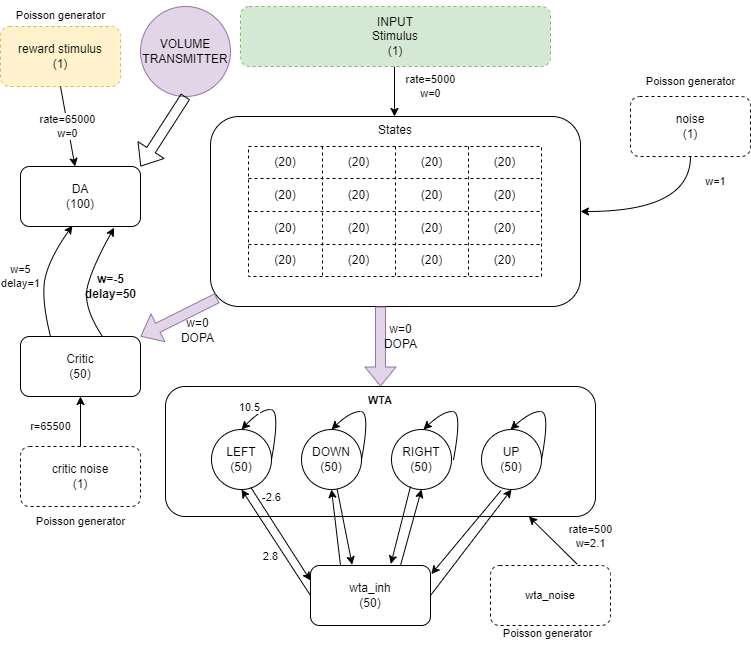
Earlier version of the draw.io export doc/snn_architecture.drawio.png (borkox/uni-sofia-pre-masters-project). Source tidied: cells renumbered, new cells last; positions are measured from the earlier drawing's top-left corner, leaving out a move shared by most shapes. The source it was exported from:
```xml
<mxGraphModel>
  <root>
    <mxCell id="0" />
    <mxCell id="1" parent="0" />
    <mxCell id="2" value="States&lt;br&gt;" style="rounded=1;whiteSpace=wrap;html=1;verticalAlign=top;" parent="1" vertex="1">
      <mxGeometry x="210" y="116" width="370" height="190" as="geometry" />
    </mxCell>
    <mxCell id="3" style="shape=table;html=1;whiteSpace=wrap;startSize=0;swimlaneLine=1;dashed=1;" parent="1" vertex="1">
      <mxGeometry x="248" y="146" width="293" height="130" as="geometry" />
    </mxCell>
    <mxCell id="4" style="shape=tableRow;horizontal=0;startSize=0;swimlaneHead=0;swimlaneBody=0;top=0;left=0;bottom=0;right=0;fillColor=none;" parent="3" vertex="1">
      <mxGeometry width="293" height="32" as="geometry" />
    </mxCell>
    <mxCell id="5" value="(20)" style="shape=partialRectangle;html=1;whiteSpace=wrap;fillColor=none;top=0;left=0;bottom=0;right=0;overflow=hidden;" parent="4" vertex="1">
      <mxGeometry width="74" height="32" as="geometry" />
    </mxCell>
    <mxCell id="6" value="(20)" style="shape=partialRectangle;html=1;whiteSpace=wrap;fillColor=none;top=0;left=0;bottom=0;right=0;overflow=hidden;" parent="4" vertex="1">
      <mxGeometry x="74" width="73" height="32" as="geometry" />
    </mxCell>
    <mxCell id="7" value="(20)" style="shape=partialRectangle;html=1;whiteSpace=wrap;fillColor=none;top=0;left=0;bottom=0;right=0;overflow=hidden;" parent="4" vertex="1">
      <mxGeometry x="147" width="73" height="32" as="geometry" />
    </mxCell>
    <mxCell id="8" value="(20)" style="shape=partialRectangle;html=1;whiteSpace=wrap;fillColor=none;top=0;left=0;bottom=0;right=0;overflow=hidden;" parent="4" vertex="1">
      <mxGeometry x="220" width="73" height="32" as="geometry" />
    </mxCell>
    <mxCell id="9" style="shape=tableRow;horizontal=0;startSize=0;swimlaneHead=0;swimlaneBody=0;top=0;left=0;bottom=0;right=0;fillColor=none;" parent="3" vertex="1">
      <mxGeometry y="32" width="293" height="33" as="geometry" />
    </mxCell>
    <mxCell id="10" value="(20)" style="shape=partialRectangle;html=1;whiteSpace=wrap;fillColor=none;top=0;left=0;bottom=0;right=0;overflow=hidden;" parent="9" vertex="1">
      <mxGeometry width="74" height="33" as="geometry" />
    </mxCell>
    <mxCell id="11" value="(20)" style="shape=partialRectangle;html=1;whiteSpace=wrap;fillColor=none;top=0;left=0;bottom=0;right=0;overflow=hidden;" parent="9" vertex="1">
      <mxGeometry x="74" width="73" height="33" as="geometry" />
    </mxCell>
    <mxCell id="12" value="(20)" style="shape=partialRectangle;html=1;whiteSpace=wrap;fillColor=none;top=0;left=0;bottom=0;right=0;overflow=hidden;" parent="9" vertex="1">
      <mxGeometry x="147" width="73" height="33" as="geometry" />
    </mxCell>
    <mxCell id="13" value="(20)" style="shape=partialRectangle;html=1;whiteSpace=wrap;fillColor=none;top=0;left=0;bottom=0;right=0;overflow=hidden;" parent="9" vertex="1">
      <mxGeometry x="220" width="73" height="33" as="geometry" />
    </mxCell>
    <mxCell id="14" style="shape=tableRow;horizontal=0;startSize=0;swimlaneHead=0;swimlaneBody=0;top=0;left=0;bottom=0;right=0;fillColor=none;" parent="3" vertex="1">
      <mxGeometry y="65" width="293" height="33" as="geometry" />
    </mxCell>
    <mxCell id="15" value="(20)" style="shape=partialRectangle;html=1;whiteSpace=wrap;fillColor=none;top=0;left=0;bottom=0;right=0;overflow=hidden;" parent="14" vertex="1">
      <mxGeometry width="74" height="33" as="geometry" />
    </mxCell>
    <mxCell id="16" value="(20)" style="shape=partialRectangle;html=1;whiteSpace=wrap;fillColor=none;top=0;left=0;bottom=0;right=0;overflow=hidden;" parent="14" vertex="1">
      <mxGeometry x="74" width="73" height="33" as="geometry" />
    </mxCell>
    <mxCell id="17" value="(20)" style="shape=partialRectangle;html=1;whiteSpace=wrap;fillColor=none;top=0;left=0;bottom=0;right=0;overflow=hidden;" parent="14" vertex="1">
      <mxGeometry x="147" width="73" height="33" as="geometry" />
    </mxCell>
    <mxCell id="18" value="(20)" style="shape=partialRectangle;html=1;whiteSpace=wrap;fillColor=none;top=0;left=0;bottom=0;right=0;overflow=hidden;" parent="14" vertex="1">
      <mxGeometry x="220" width="73" height="33" as="geometry" />
    </mxCell>
    <mxCell id="19" style="shape=tableRow;horizontal=0;startSize=0;swimlaneHead=0;swimlaneBody=0;top=0;left=0;bottom=0;right=0;fillColor=none;" parent="3" vertex="1">
      <mxGeometry y="98" width="293" height="32" as="geometry" />
    </mxCell>
    <mxCell id="20" value="(20)" style="shape=partialRectangle;html=1;whiteSpace=wrap;fillColor=none;top=0;left=0;bottom=0;right=0;overflow=hidden;" parent="19" vertex="1">
      <mxGeometry width="74" height="32" as="geometry" />
    </mxCell>
    <mxCell id="21" value="(20)" style="shape=partialRectangle;html=1;whiteSpace=wrap;fillColor=none;top=0;left=0;bottom=0;right=0;overflow=hidden;" parent="19" vertex="1">
      <mxGeometry x="74" width="73" height="32" as="geometry" />
    </mxCell>
    <mxCell id="22" value="(20)" style="shape=partialRectangle;html=1;whiteSpace=wrap;fillColor=none;top=0;left=0;bottom=0;right=0;overflow=hidden;" parent="19" vertex="1">
      <mxGeometry x="147" width="73" height="32" as="geometry" />
    </mxCell>
    <mxCell id="23" value="(20)" style="shape=partialRectangle;html=1;whiteSpace=wrap;fillColor=none;top=0;left=0;bottom=0;right=0;overflow=hidden;" parent="19" vertex="1">
      <mxGeometry x="220" width="73" height="32" as="geometry" />
    </mxCell>
    <mxCell id="24" value="noise&lt;br&gt;(1)" style="rounded=1;whiteSpace=wrap;html=1;dashed=1;" parent="1" vertex="1">
      <mxGeometry x="630" y="96" width="120" height="60" as="geometry" />
    </mxCell>
    <mxCell id="25" value="&lt;span style=&quot;color: rgb(0, 0, 0); font-family: Helvetica; font-size: 11px; font-style: normal; font-variant-ligatures: normal; font-variant-caps: normal; font-weight: 400; letter-spacing: normal; orphans: 2; text-align: center; text-indent: 0px; text-transform: none; widows: 2; word-spacing: 0px; -webkit-text-stroke-width: 0px; text-decoration-thickness: initial; text-decoration-style: initial; text-decoration-color: initial; float: none; display: inline !important;&quot;&gt;rate=5000&lt;/span&gt;&lt;br style=&quot;color: rgb(0, 0, 0); font-family: Helvetica; font-size: 11px; font-style: normal; font-variant-ligatures: normal; font-variant-caps: normal; font-weight: 400; letter-spacing: normal; orphans: 2; text-align: center; text-indent: 0px; text-transform: none; widows: 2; word-spacing: 0px; -webkit-text-stroke-width: 0px; text-decoration-thickness: initial; text-decoration-style: initial; text-decoration-color: initial;&quot;&gt;&lt;span style=&quot;color: rgb(0, 0, 0); font-family: Helvetica; font-size: 11px; font-style: normal; font-variant-ligatures: normal; font-variant-caps: normal; font-weight: 400; letter-spacing: normal; orphans: 2; text-align: center; text-indent: 0px; text-transform: none; widows: 2; word-spacing: 0px; -webkit-text-stroke-width: 0px; text-decoration-thickness: initial; text-decoration-style: initial; text-decoration-color: initial; float: none; display: inline !important;&quot;&gt;w=0&lt;/span&gt;" style="rounded=1;orthogonalLoop=1;jettySize=auto;html=1;entryX=0.5;entryY=0;entryDx=0;entryDy=0;labelBackgroundColor=none;" parent="1" edge="1">
      <mxGeometry x="-0.2" y="36" relative="1" as="geometry">
        <mxPoint x="394" y="66" as="sourcePoint" />
        <mxPoint x="394" y="116" as="targetPoint" />
      </mxGeometry>
    </mxCell>
    <mxCell id="26" value="INPUT&lt;br&gt;Stimulus&lt;br&gt;(1)" style="rounded=1;whiteSpace=wrap;html=1;dashed=1;fillColor=#d5e8d4;strokeColor=#82b366;" parent="1" vertex="1">
      <mxGeometry x="240" y="6" width="310" height="60" as="geometry" />
    </mxCell>
    <mxCell id="27" value="reward stimulus&lt;br&gt;(1)" style="rounded=1;whiteSpace=wrap;html=1;dashed=1;fillColor=#fff2cc;strokeColor=#d6b656;" parent="1" vertex="1">
      <mxGeometry y="26" width="120" height="60" as="geometry" />
    </mxCell>
    <mxCell id="28" value="DA&lt;br&gt;(100)" style="rounded=1;whiteSpace=wrap;html=1;" parent="1" vertex="1">
      <mxGeometry x="20" y="166" width="120" height="60" as="geometry" />
    </mxCell>
    <mxCell id="29" value="VOLUME&lt;br&gt;TRANSMITTER" style="ellipse;whiteSpace=wrap;html=1;fillColor=#e1d5e7;strokeColor=#9673a6;" parent="1" vertex="1">
      <mxGeometry x="140" y="6" width="90" height="90" as="geometry" />
    </mxCell>
    <mxCell id="30" value="Critic&lt;br&gt;(50)" style="rounded=1;whiteSpace=wrap;html=1;" parent="1" vertex="1">
      <mxGeometry x="20" y="336" width="120" height="60" as="geometry" />
    </mxCell>
    <mxCell id="31" value="critic noise&lt;br&gt;(1)" style="rounded=1;whiteSpace=wrap;html=1;dashed=1;" parent="1" vertex="1">
      <mxGeometry x="20" y="446" width="120" height="60" as="geometry" />
    </mxCell>
    <mxCell id="32" value="&lt;font size=&quot;1&quot; style=&quot;&quot;&gt;&lt;b style=&quot;font-size: 11px;&quot;&gt;WTA&lt;/b&gt;&lt;/font&gt;" style="rounded=1;whiteSpace=wrap;html=1;verticalAlign=top;" parent="1" vertex="1">
      <mxGeometry x="165" y="386" width="430" height="130" as="geometry" />
    </mxCell>
    <mxCell id="33" value="LEFT&lt;br&gt;(50)" style="ellipse;whiteSpace=wrap;html=1;verticalAlign=middle;" parent="1" vertex="1">
      <mxGeometry x="211" y="429" width="60" height="60" as="geometry" />
    </mxCell>
    <mxCell id="34" value="DOWN&lt;br&gt;(50)" style="ellipse;whiteSpace=wrap;html=1;verticalAlign=middle;" parent="1" vertex="1">
      <mxGeometry x="301" y="429" width="60" height="60" as="geometry" />
    </mxCell>
    <mxCell id="35" value="RIGHT&lt;br&gt;(50)" style="ellipse;whiteSpace=wrap;html=1;verticalAlign=middle;" parent="1" vertex="1">
      <mxGeometry x="391" y="429" width="60" height="60" as="geometry" />
    </mxCell>
    <mxCell id="36" value="UP&lt;br&gt;(50)" style="ellipse;whiteSpace=wrap;html=1;verticalAlign=middle;" parent="1" vertex="1">
      <mxGeometry x="481" y="429" width="60" height="60" as="geometry" />
    </mxCell>
    <mxCell id="37" style="curved=1;endArrow=classic;html=1;rounded=0;exitX=1;exitY=0.5;exitDx=0;exitDy=0;entryX=0.5;entryY=0;entryDx=0;entryDy=0;" parent="1" edge="1" source="33" target="33">
      <mxGeometry relative="1" as="geometry">
        <Array as="points">
          <mxPoint x="280" y="409" />
          <mxPoint x="260" y="409" />
        </Array>
      </mxGeometry>
    </mxCell>
    <mxCell id="38" value="10.5" style="edgeLabel;html=1;align=center;verticalAlign=middle;" parent="37" vertex="1">
      <mxGeometry x="-0.17" y="2" relative="1" as="geometry">
        <mxPoint x="-28" y="-12" as="offset" />
      </mxGeometry>
    </mxCell>
    <mxCell id="39" style="curved=1;endArrow=classic;html=1;rounded=0;entryX=0.5;entryY=0;entryDx=0;entryDy=0;exitX=1;exitY=0.5;exitDx=0;exitDy=0;" parent="1" edge="1" source="34" target="34">
      <mxGeometry relative="1" as="geometry">
        <Array as="points">
          <mxPoint x="370" y="411" />
          <mxPoint x="350" y="411" />
        </Array>
      </mxGeometry>
    </mxCell>
    <mxCell id="40" style="curved=1;endArrow=classic;html=1;rounded=0;" parent="1" edge="1">
      <mxGeometry relative="1" as="geometry">
        <mxPoint x="453" y="459" as="sourcePoint" />
        <mxPoint x="423" y="429" as="targetPoint" />
        <Array as="points">
          <mxPoint x="462" y="411" />
          <mxPoint x="442" y="411" />
        </Array>
      </mxGeometry>
    </mxCell>
    <mxCell id="41" style="curved=1;endArrow=classic;html=1;rounded=0;exitX=1;exitY=0.5;exitDx=0;exitDy=0;" parent="1" edge="1" source="36">
      <mxGeometry relative="1" as="geometry">
        <mxPoint x="510" y="429" as="targetPoint" />
        <Array as="points">
          <mxPoint x="550" y="411" />
          <mxPoint x="530" y="411" />
        </Array>
      </mxGeometry>
    </mxCell>
    <mxCell id="42" value="wta_inh&lt;br&gt;(50)" style="rounded=1;whiteSpace=wrap;html=1;" parent="1" vertex="1">
      <mxGeometry x="310" y="565" width="120" height="60" as="geometry" />
    </mxCell>
    <mxCell id="43" value="2.8" style="endArrow=classic;html=1;rounded=0;exitX=0;exitY=0.5;exitDx=0;exitDy=0;entryX=0.5;entryY=1;entryDx=0;entryDy=0;labelBackgroundColor=none;" parent="1" edge="1" source="42" target="33">
      <mxGeometry x="-0.14" y="12" relative="1" as="geometry">
        <mxPoint y="1" as="offset" />
      </mxGeometry>
    </mxCell>
    <mxCell id="44" style="endArrow=classic;html=1;rounded=0;exitX=0.25;exitY=0;exitDx=0;exitDy=0;entryX=0.5;entryY=1;entryDx=0;entryDy=0;" parent="1" edge="1" source="42" target="34">
      <mxGeometry relative="1" as="geometry" />
    </mxCell>
    <mxCell id="45" style="endArrow=classic;html=1;rounded=0;exitX=0.75;exitY=0;exitDx=0;exitDy=0;entryX=0.5;entryY=1;entryDx=0;entryDy=0;" parent="1" edge="1" source="42" target="35">
      <mxGeometry relative="1" as="geometry" />
    </mxCell>
    <mxCell id="46" style="endArrow=classic;html=1;rounded=0;exitX=1;exitY=0.5;exitDx=0;exitDy=0;entryX=0.5;entryY=1;entryDx=0;entryDy=0;" parent="1" edge="1" source="42" target="36">
      <mxGeometry relative="1" as="geometry" />
    </mxCell>
    <mxCell id="47" style="endArrow=classic;html=1;rounded=0;entryX=0;entryY=0.25;entryDx=0;entryDy=0;exitX=0.657;exitY=0.967;exitDx=0;exitDy=0;exitPerimeter=0;" parent="1" edge="1" source="33" target="42">
      <mxGeometry relative="1" as="geometry" />
    </mxCell>
    <mxCell id="48" value="-2.6" style="edgeLabel;html=1;align=center;verticalAlign=middle;fontSize=11;labelBackgroundColor=none;" parent="47" vertex="1">
      <mxGeometry x="-0.53" y="3" relative="1" as="geometry">
        <mxPoint x="4" y="-11" as="offset" />
      </mxGeometry>
    </mxCell>
    <mxCell id="49" style="endArrow=classic;html=1;rounded=0;entryX=0.347;entryY=-0.013;entryDx=0;entryDy=0;entryPerimeter=0;" parent="1" edge="1" source="34" target="42">
      <mxGeometry relative="1" as="geometry" />
    </mxCell>
    <mxCell id="50" style="endArrow=classic;html=1;rounded=0;entryX=0.67;entryY=-0.027;entryDx=0;entryDy=0;entryPerimeter=0;" parent="1" edge="1" target="42">
      <mxGeometry relative="1" as="geometry">
        <mxPoint x="410" y="486" as="sourcePoint" />
      </mxGeometry>
    </mxCell>
    <mxCell id="51" style="endArrow=classic;html=1;rounded=0;exitX=0.323;exitY=1.02;exitDx=0;exitDy=0;exitPerimeter=0;entryX=1.007;entryY=0.143;entryDx=0;entryDy=0;entryPerimeter=0;" parent="1" edge="1" source="36" target="42">
      <mxGeometry relative="1" as="geometry" />
    </mxCell>
    <mxCell id="52" value="r=65500" style="endArrow=classic;html=1;rounded=0;entryX=0.5;entryY=1;entryDx=0;entryDy=0;exitX=0.5;exitY=0;exitDx=0;exitDy=0;labelBackgroundColor=none;" parent="1" edge="1" source="31" target="30">
      <mxGeometry x="-0.2" y="30" relative="1" as="geometry" />
    </mxCell>
    <mxCell id="53" style="shape=flexArrow;endArrow=classic;html=1;rounded=0;exitX=0.5;exitY=1;exitDx=0;exitDy=0;entryX=1;entryY=0;entryDx=0;entryDy=0;" parent="1" edge="1" source="29" target="28">
      <mxGeometry relative="1" as="geometry" />
    </mxCell>
    <mxCell id="54" value="rate=65000&lt;br&gt;w=0" style="endArrow=classic;html=1;rounded=0;exitX=0.5;exitY=1;exitDx=0;exitDy=0;" parent="1" edge="1" source="27" target="28">
      <mxGeometry relative="1" as="geometry" />
    </mxCell>
    <mxCell id="55" value="w=5&lt;br&gt;delay=1" style="curved=1;endArrow=classic;html=1;rounded=0;exitX=0.25;exitY=0;exitDx=0;exitDy=0;entryX=0.433;entryY=0.987;entryDx=0;entryDy=0;entryPerimeter=0;labelBackgroundColor=none;" parent="1" edge="1" source="30" target="28">
      <mxGeometry x="-0.07" y="24" relative="1" as="geometry">
        <Array as="points">
          <mxPoint x="40" y="296" />
          <mxPoint x="50" y="256" />
        </Array>
      </mxGeometry>
    </mxCell>
    <mxCell id="56" value="w=-5&lt;br style=&quot;font-size: 12px;&quot;&gt;delay=50" style="curved=1;endArrow=classic;html=1;rounded=0;exitX=0.5;exitY=0;exitDx=0;exitDy=0;entryX=0.597;entryY=1.02;entryDx=0;entryDy=0;entryPerimeter=0;fontStyle=1;fontSize=12;labelBackgroundColor=none;" parent="1" edge="1">
      <mxGeometry x="0.02" y="-22" relative="1" as="geometry">
        <mxPoint x="102" y="336" as="sourcePoint" />
        <mxPoint x="113.6" y="227.2" as="targetPoint" />
        <Array as="points">
          <mxPoint x="82" y="306" />
          <mxPoint x="92" y="266" />
        </Array>
      </mxGeometry>
    </mxCell>
    <mxCell id="57" value="w=0&lt;br&gt;DOPA" style="shape=flexArrow;endArrow=classic;html=1;rounded=0;fontSize=12;entryX=0.5;entryY=0;entryDx=0;entryDy=0;fillColor=#e1d5e7;strokeColor=#9673a6;labelBackgroundColor=none;" parent="1" edge="1" target="32">
      <mxGeometry x="-0.25" y="20" relative="1" as="geometry">
        <mxPoint x="380" y="306" as="sourcePoint" />
      </mxGeometry>
    </mxCell>
    <mxCell id="58" value="w=0&lt;br&gt;DOPA" style="shape=flexArrow;endArrow=classic;html=1;rounded=0;fontSize=12;fillColor=#e1d5e7;strokeColor=#9673a6;exitX=0.018;exitY=0.956;exitDx=0;exitDy=0;exitPerimeter=0;labelBackgroundColor=none;" parent="1" edge="1" source="2" target="30">
      <mxGeometry x="-0.25" y="20" relative="1" as="geometry" />
    </mxCell>
    <mxCell id="59" value="wta_noise" style="rounded=1;whiteSpace=wrap;html=1;fontSize=11;dashed=1;" parent="1" vertex="1">
      <mxGeometry x="490" y="565" width="120" height="60" as="geometry" />
    </mxCell>
    <mxCell id="60" value="rate=500&lt;br&gt;w=2.1" style="endArrow=classic;html=1;rounded=0;fontSize=11;exitX=0.687;exitY=-0.043;exitDx=0;exitDy=0;entryX=0.845;entryY=1;entryDx=0;entryDy=0;entryPerimeter=0;exitPerimeter=0;labelBackgroundColor=none;" parent="1" edge="1" target="32">
      <mxGeometry x="-0.72" y="-29" relative="1" as="geometry">
        <mxPoint x="576.4" y="563.4" as="sourcePoint" />
      </mxGeometry>
    </mxCell>
    <mxCell id="61" value="w=1" style="endArrow=classic;html=1;fontSize=11;exitX=0.5;exitY=1;exitDx=0;exitDy=0;labelBackgroundColor=none;edgeStyle=orthogonalEdgeStyle;curved=1;entryX=1;entryY=0.5;entryDx=0;entryDy=0;" parent="1" edge="1" source="24" target="2">
      <mxGeometry x="-0.7" y="25" relative="1" as="geometry" />
    </mxCell>
    <mxCell id="62" value="Poisson generator" style="text;html=1;align=center;verticalAlign=middle;strokeColor=none;fillColor=none;fontSize=11;" parent="1" vertex="1">
      <mxGeometry x="635" y="66" width="110" height="30" as="geometry" />
    </mxCell>
    <mxCell id="63" value="Poisson generator" style="text;html=1;align=center;verticalAlign=middle;strokeColor=none;fillColor=none;fontSize=11;" parent="1" vertex="1">
      <mxGeometry x="25" y="506" width="110" height="30" as="geometry" />
    </mxCell>
    <mxCell id="64" value="Poisson generator" style="text;html=1;align=center;verticalAlign=middle;strokeColor=none;fillColor=none;fontSize=11;" parent="1" vertex="1">
      <mxGeometry x="5" width="110" height="30" as="geometry" />
    </mxCell>
    <mxCell id="65" value="Poisson generator" style="text;html=1;align=center;verticalAlign=middle;strokeColor=none;fillColor=none;fontSize=11;" parent="1" vertex="1">
      <mxGeometry x="492" y="618" width="110" height="30" as="geometry" />
    </mxCell>
  </root>
</mxGraphModel>
```
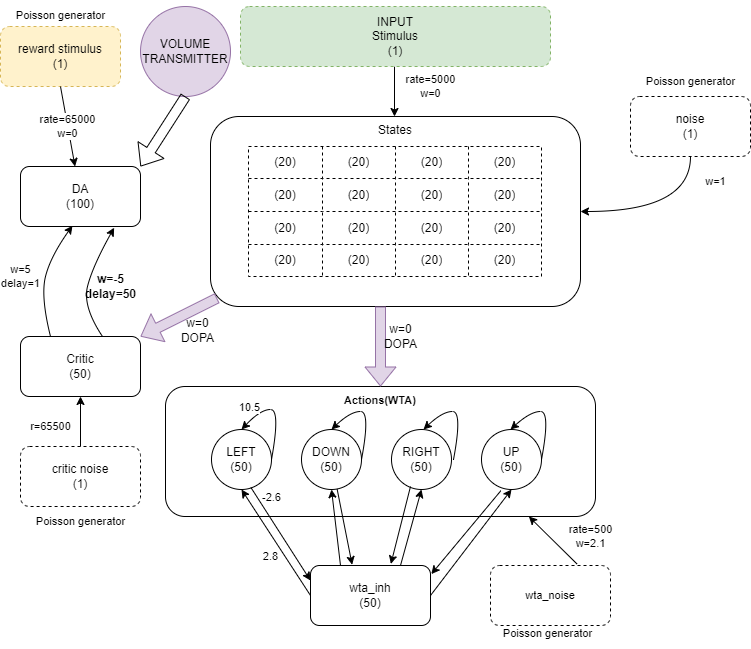
After the commit.

Diff of the diagram source:
```diff
@@ -95,7 +95,7 @@
     <mxCell id="31" value="critic noise&lt;br&gt;(1)" style="rounded=1;whiteSpace=wrap;html=1;dashed=1;" parent="1" vertex="1">
       <mxGeometry x="20" y="446" width="120" height="60" as="geometry" />
     </mxCell>
-    <mxCell id="32" value="&lt;font size=&quot;1&quot; style=&quot;&quot;&gt;&lt;b style=&quot;font-size: 11px;&quot;&gt;WTA&lt;/b&gt;&lt;/font&gt;" style="rounded=1;whiteSpace=wrap;html=1;verticalAlign=top;" parent="1" vertex="1">
+    <mxCell id="32" value="&lt;font size=&quot;1&quot; style=&quot;&quot;&gt;&lt;b style=&quot;font-size: 11px;&quot;&gt;Actions(WTA)&lt;/b&gt;&lt;/font&gt;" style="rounded=1;whiteSpace=wrap;html=1;verticalAlign=top;" parent="1" vertex="1">
       <mxGeometry x="165" y="386" width="430" height="130" as="geometry" />
     </mxCell>
     <mxCell id="33" value="LEFT&lt;br&gt;(50)" style="ellipse;whiteSpace=wrap;html=1;verticalAlign=middle;" parent="1" vertex="1">
```
